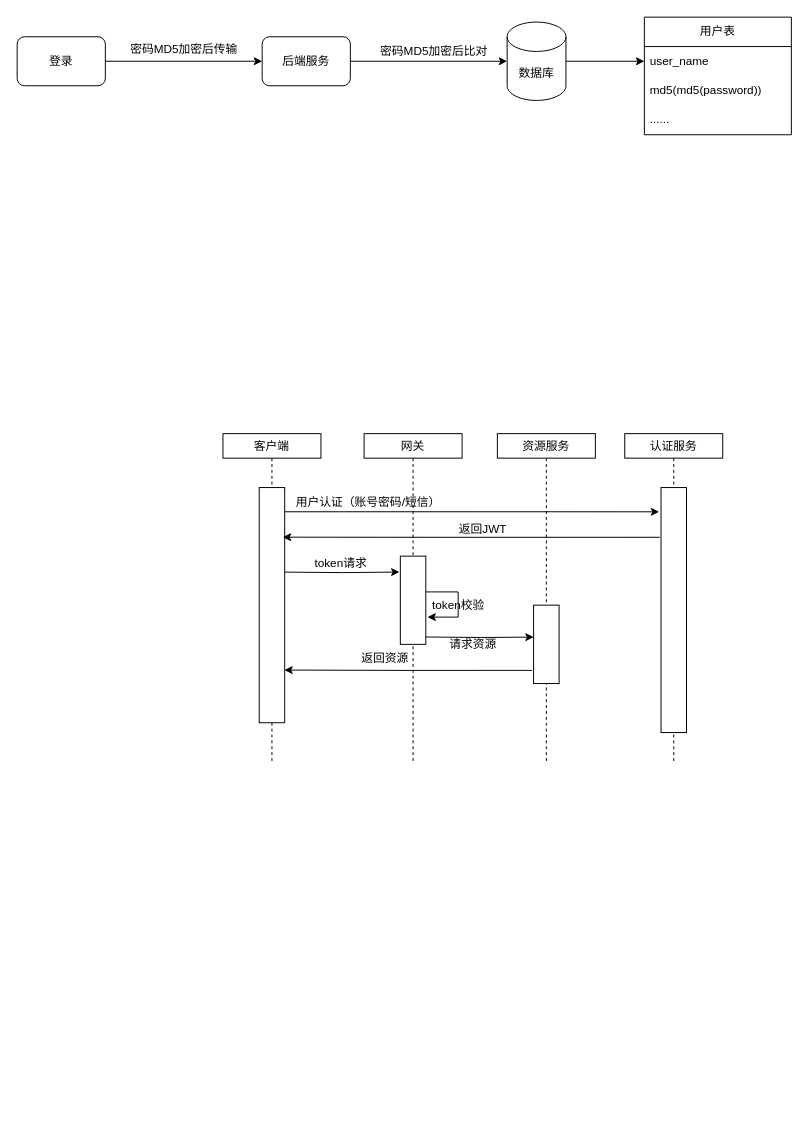
Above: yzs/工业平台安全体系.drawio in yanglei1992/documents (draw.io), before the change. Source tidied: cells renumbered, new cells numbered last; positions are measured from the earlier drawing's top-left corner, leaving out a move shared by most shapes. Both pictures are drawn from the tidied source at 98%, with x=0, y=0 at pixel (17, 17).
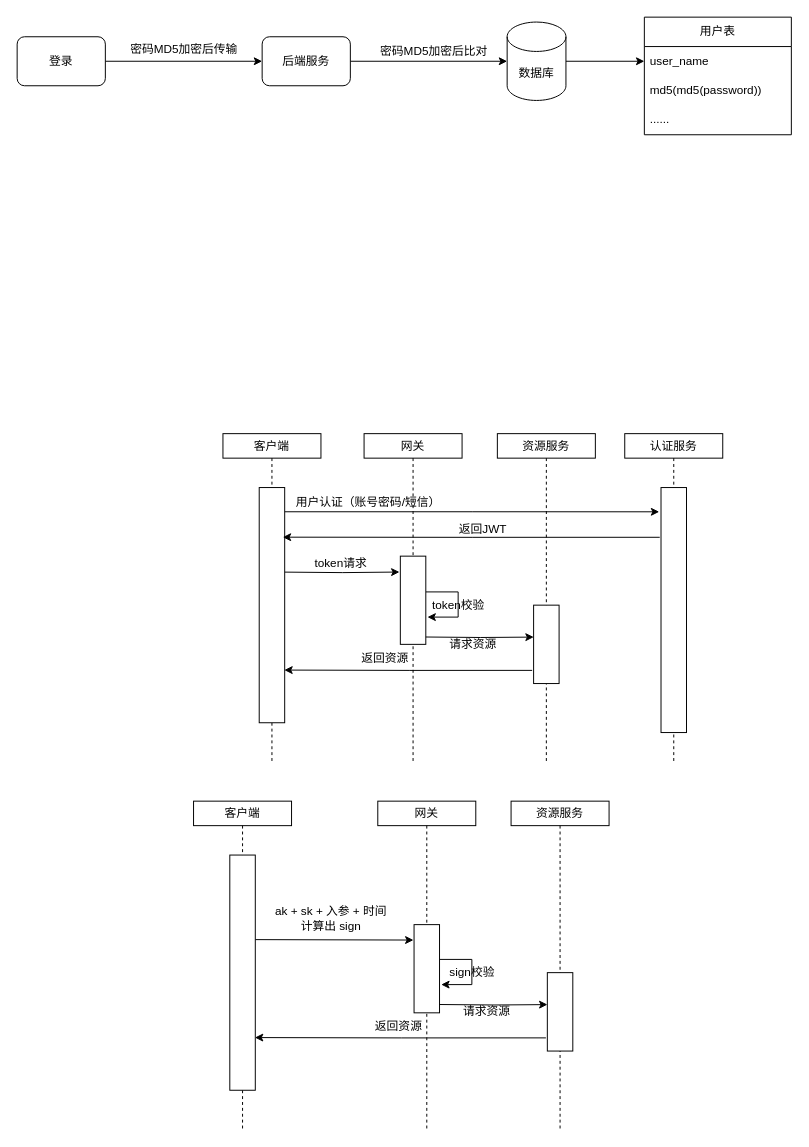
The same diagram, later.

Commit message (it also covers changes not shown here):
更新工业平台安全体系.drawio

Change to the diagram source:
```diff
@@
+    <mxCell id="34" value="客户端" style="shape=umlLifeline;perimeter=lifelinePerimeter;whiteSpace=wrap;html=1;newEdgeStyle={&quot;curved&quot;:0,&quot;rounded&quot;:0};size=25;" parent="1" vertex="1">
+      <mxGeometry x="180" y="800" width="100" height="335" as="geometry" />
+    </mxCell>
+    <mxCell id="35" value="网关" style="shape=umlLifeline;perimeter=lifelinePerimeter;whiteSpace=wrap;html=1;newEdgeStyle={&quot;curved&quot;:0,&quot;rounded&quot;:0};size=25;" parent="1" vertex="1">
+      <mxGeometry x="368" y="800" width="100" height="335" as="geometry" />
+    </mxCell>
+    <mxCell id="36" value="资源服务" style="shape=umlLifeline;perimeter=lifelinePerimeter;whiteSpace=wrap;html=1;newEdgeStyle={&quot;curved&quot;:0,&quot;rounded&quot;:0};size=25;" parent="1" vertex="1">
+      <mxGeometry x="504" y="800" width="100" height="335" as="geometry" />
+    </mxCell>
+    <mxCell id="37" style="rounded=0;whiteSpace=wrap;html=1;" parent="1" vertex="1">
+      <mxGeometry x="217" y="855" width="26" height="240" as="geometry" />
+    </mxCell>
+    <mxCell id="38" style="edgeStyle=orthogonalEdgeStyle;rounded=0;orthogonalLoop=1;jettySize=auto;html=1;exitX=1;exitY=0.25;exitDx=0;exitDy=0;entryX=1.064;entryY=0.617;entryDx=0;entryDy=0;entryPerimeter=0;" parent="1" edge="1">
+      <mxGeometry relative="1" as="geometry">
+        <mxPoint x="431" y="961.5" as="sourcePoint" />
+        <mxPoint x="432.7" y="987.2" as="targetPoint" />
+        <Array as="points">
+          <mxPoint x="464" y="962" />
+          <mxPoint x="464" y="987" />
+        </Array>
+      </mxGeometry>
+    </mxCell>
+    <mxCell id="39" style="rounded=0;whiteSpace=wrap;html=1;" parent="1" vertex="1">
+      <mxGeometry x="405" y="926" width="26" height="90" as="geometry" />
+    </mxCell>
+    <mxCell id="40" style="rounded=0;whiteSpace=wrap;html=1;" parent="1" vertex="1">
+      <mxGeometry x="541" y="975" width="26" height="80" as="geometry" />
+    </mxCell>
+    <mxCell id="41" style="edgeStyle=orthogonalEdgeStyle;rounded=0;jettySize=auto;html=1;entryX=-0.024;entryY=0.175;entryDx=0;entryDy=0;entryPerimeter=0;exitX=1.007;exitY=0.397;exitDx=0;exitDy=0;exitPerimeter=0;" parent="1" edge="1" target="39">
+      <mxGeometry relative="1" as="geometry">
+        <mxPoint x="243.2" y="941.3" as="sourcePoint" />
+      </mxGeometry>
+    </mxCell>
+    <mxCell id="42" value="ak + sk + 入参 + 时间&lt;br&gt;计算出 sign" style="text;html=1;align=center;verticalAlign=middle;strokeColor=none;fillColor=none;" parent="1" vertex="1">
+      <mxGeometry x="250" y="900" width="140" height="40" as="geometry" />
+    </mxCell>
+    <mxCell id="43" style="edgeStyle=orthogonalEdgeStyle;rounded=0;orthogonalLoop=1;jettySize=auto;html=1;exitX=1;exitY=0.75;exitDx=0;exitDy=0;entryX=0.005;entryY=0.408;entryDx=0;entryDy=0;entryPerimeter=0;" parent="1" edge="1">
+      <mxGeometry relative="1" as="geometry">
+        <mxPoint x="431" y="1007.5" as="sourcePoint" />
+        <mxPoint x="541.1" y="1007.6" as="targetPoint" />
+      </mxGeometry>
+    </mxCell>
+    <mxCell id="44" style="edgeStyle=orthogonalEdgeStyle;rounded=0;jettySize=auto;html=1;entryX=0.986;entryY=0.776;entryDx=0;entryDy=0;entryPerimeter=0;exitX=-0.056;exitY=0.832;exitDx=0;exitDy=0;exitPerimeter=0;" parent="1" edge="1" source="40" target="37">
+      <mxGeometry relative="1" as="geometry" />
+    </mxCell>
+    <mxCell id="45" value="返回资源" style="text;html=1;align=center;verticalAlign=middle;strokeColor=none;fillColor=none;" parent="1" vertex="1">
+      <mxGeometry x="354" y="1015" width="70" height="30" as="geometry" />
+    </mxCell>
+    <mxCell id="46" value="sign校验" style="text;html=1;align=center;verticalAlign=middle;strokeColor=none;fillColor=none;" parent="1" vertex="1">
+      <mxGeometry x="429" y="960" width="70" height="30" as="geometry" />
+    </mxCell>
+    <mxCell id="47" value="请求资源" style="text;html=1;align=center;verticalAlign=middle;strokeColor=none;fillColor=none;" parent="1" vertex="1">
+      <mxGeometry x="444" y="1000" width="70" height="30" as="geometry" />
+    </mxCell>
```
